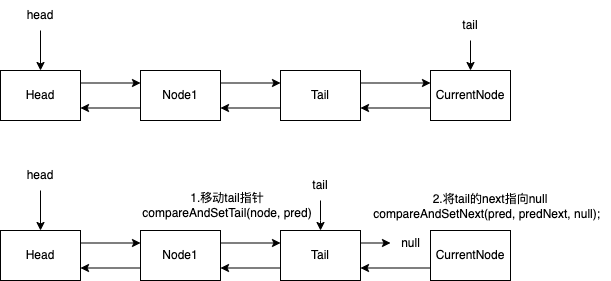
Above: ReentrantLock5.png in zhaole0606/pic (draw.io), before the change. Source tidied: cells renumbered, new cells last; positions are measured from the earlier drawing's top-left corner, leaving out a move shared by most shapes.
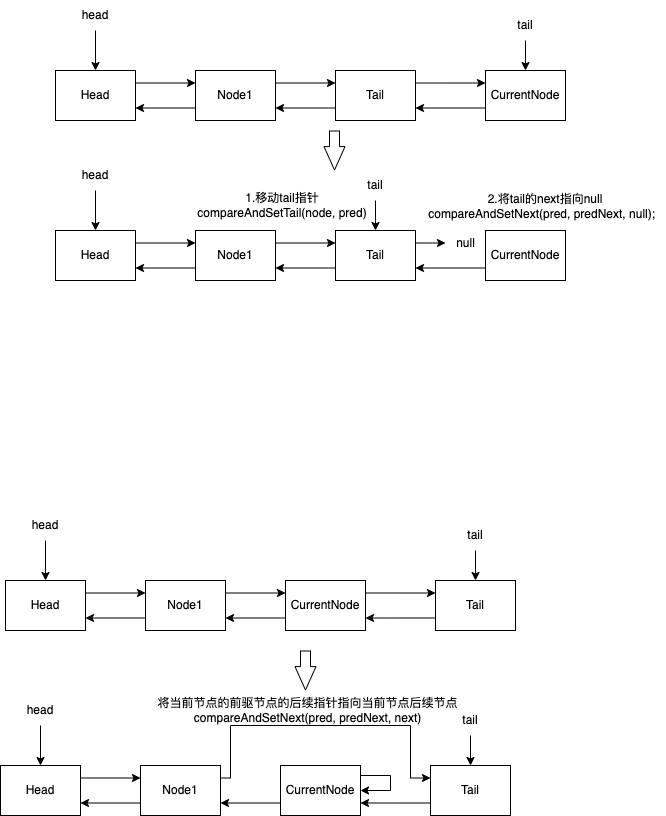
After the commit.

Change to the diagram source:
```diff
@@ -99,5 +99,117 @@
     <mxCell id="32" value="1.移动tail指针compareAndSetTail(node, pred)" style="text;html=1;strokeColor=none;fillColor=none;align=center;verticalAlign=middle;whiteSpace=wrap;rounded=0;" parent="1" vertex="1">
       <mxGeometry x="130" y="190" width="194" height="30" as="geometry" />
     </mxCell>
+    <mxCell id="33" style="edgeStyle=orthogonalEdgeStyle;rounded=0;jettySize=auto;html=1;exitX=1;exitY=0.25;exitDx=0;exitDy=0;entryX=0;entryY=0.25;entryDx=0;entryDy=0;" parent="1" edge="1" source="34" target="35">
+      <mxGeometry relative="1" as="geometry" />
+    </mxCell>
+    <mxCell id="34" value="Head" style="rounded=0;whiteSpace=wrap;html=1;" parent="1" vertex="1">
+      <mxGeometry x="-50" y="580" width="80" height="50" as="geometry" />
+    </mxCell>
+    <mxCell id="35" value="Node1" style="rounded=0;whiteSpace=wrap;html=1;" parent="1" vertex="1">
+      <mxGeometry x="90" y="580" width="80" height="50" as="geometry" />
+    </mxCell>
+    <mxCell id="36" value="CurrentNode" style="rounded=0;whiteSpace=wrap;html=1;" parent="1" vertex="1">
+      <mxGeometry x="230" y="580" width="80" height="50" as="geometry" />
+    </mxCell>
+    <mxCell id="37" value="Tail" style="rounded=0;whiteSpace=wrap;html=1;" parent="1" vertex="1">
+      <mxGeometry x="380" y="580" width="80" height="50" as="geometry" />
+    </mxCell>
+    <mxCell id="38" style="edgeStyle=orthogonalEdgeStyle;rounded=0;jettySize=auto;html=1;exitX=1;exitY=0.25;exitDx=0;exitDy=0;entryX=0;entryY=0.25;entryDx=0;entryDy=0;" parent="1" edge="1" source="35" target="36">
+      <mxGeometry relative="1" as="geometry" />
+    </mxCell>
+    <mxCell id="39" style="edgeStyle=orthogonalEdgeStyle;rounded=0;jettySize=auto;html=1;exitX=1;exitY=0.25;exitDx=0;exitDy=0;entryX=0;entryY=0.25;entryDx=0;entryDy=0;" parent="1" edge="1" source="36" target="37">
+      <mxGeometry relative="1" as="geometry" />
+    </mxCell>
+    <mxCell id="40" style="edgeStyle=orthogonalEdgeStyle;rounded=0;jettySize=auto;html=1;exitX=0;exitY=0.75;exitDx=0;exitDy=0;entryX=1;entryY=0.75;entryDx=0;entryDy=0;" parent="1" edge="1" source="37" target="36">
+      <mxGeometry relative="1" as="geometry" />
+    </mxCell>
+    <mxCell id="41" style="edgeStyle=orthogonalEdgeStyle;rounded=0;jettySize=auto;html=1;entryX=1;entryY=0.75;entryDx=0;entryDy=0;exitX=0;exitY=0.75;exitDx=0;exitDy=0;" parent="1" edge="1" source="36" target="35">
+      <mxGeometry relative="1" as="geometry" />
+    </mxCell>
+    <mxCell id="42" style="edgeStyle=orthogonalEdgeStyle;rounded=0;jettySize=auto;html=1;entryX=1;entryY=0.75;entryDx=0;entryDy=0;exitX=0;exitY=0.75;exitDx=0;exitDy=0;" parent="1" edge="1" source="35" target="34">
+      <mxGeometry relative="1" as="geometry" />
+    </mxCell>
+    <mxCell id="43" style="edgeStyle=orthogonalEdgeStyle;rounded=0;jettySize=auto;html=1;" parent="1" edge="1" source="44" target="34">
+      <mxGeometry relative="1" as="geometry" />
+    </mxCell>
+    <mxCell id="44" value="head" style="text;html=1;strokeColor=none;fillColor=none;align=center;verticalAlign=middle;whiteSpace=wrap;rounded=0;" parent="1" vertex="1">
+      <mxGeometry x="-40" y="510" width="60" height="30" as="geometry" />
+    </mxCell>
+    <mxCell id="45" style="edgeStyle=orthogonalEdgeStyle;rounded=0;jettySize=auto;html=1;" parent="1" edge="1" source="46" target="37">
+      <mxGeometry relative="1" as="geometry" />
+    </mxCell>
+    <mxCell id="46" value="tail" style="text;html=1;strokeColor=none;fillColor=none;align=center;verticalAlign=middle;whiteSpace=wrap;rounded=0;" parent="1" vertex="1">
+      <mxGeometry x="390" y="520" width="60" height="30" as="geometry" />
+    </mxCell>
+    <mxCell id="47" style="edgeStyle=orthogonalEdgeStyle;rounded=0;jettySize=auto;html=1;exitX=1;exitY=0.25;exitDx=0;exitDy=0;entryX=0;entryY=0.25;entryDx=0;entryDy=0;" parent="1" edge="1" source="48" target="49">
+      <mxGeometry relative="1" as="geometry" />
+    </mxCell>
+    <mxCell id="48" value="Head" style="rounded=0;whiteSpace=wrap;html=1;" parent="1" vertex="1">
+      <mxGeometry x="-55" y="765" width="80" height="50" as="geometry" />
+    </mxCell>
+    <mxCell id="49" value="Node1" style="rounded=0;whiteSpace=wrap;html=1;" parent="1" vertex="1">
+      <mxGeometry x="85" y="765" width="80" height="50" as="geometry" />
+    </mxCell>
+    <mxCell id="50" style="edgeStyle=orthogonalEdgeStyle;rounded=0;orthogonalLoop=1;jettySize=auto;html=1;exitX=1;exitY=0;exitDx=0;exitDy=0;entryX=1;entryY=0.5;entryDx=0;entryDy=0;" parent="1" edge="1" source="51" target="51">
+      <mxGeometry relative="1" as="geometry">
+        <Array as="points">
+          <mxPoint x="305" y="775" />
+          <mxPoint x="335" y="775" />
+          <mxPoint x="335" y="790" />
+        </Array>
+      </mxGeometry>
+    </mxCell>
+    <mxCell id="51" value="CurrentNode" style="rounded=0;whiteSpace=wrap;html=1;" parent="1" vertex="1">
+      <mxGeometry x="225" y="765" width="80" height="50" as="geometry" />
+    </mxCell>
+    <mxCell id="52" value="Tail" style="rounded=0;whiteSpace=wrap;html=1;" parent="1" vertex="1">
+      <mxGeometry x="375" y="765" width="80" height="50" as="geometry" />
+    </mxCell>
+    <mxCell id="53" style="edgeStyle=orthogonalEdgeStyle;rounded=0;jettySize=auto;html=1;exitX=1;exitY=0.25;exitDx=0;exitDy=0;entryX=0;entryY=0.25;entryDx=0;entryDy=0;" parent="1" edge="1" source="49" target="52">
+      <mxGeometry relative="1" as="geometry">
+        <Array as="points">
+          <mxPoint x="175" y="778" />
+          <mxPoint x="175" y="725" />
+          <mxPoint x="355" y="725" />
+          <mxPoint x="355" y="778" />
+        </Array>
+      </mxGeometry>
+    </mxCell>
+    <mxCell id="54" style="edgeStyle=orthogonalEdgeStyle;rounded=0;jettySize=auto;html=1;exitX=0;exitY=0.75;exitDx=0;exitDy=0;entryX=1;entryY=0.75;entryDx=0;entryDy=0;" parent="1" edge="1" source="52" target="51">
+      <mxGeometry relative="1" as="geometry" />
+    </mxCell>
+    <mxCell id="55" style="edgeStyle=orthogonalEdgeStyle;rounded=0;jettySize=auto;html=1;entryX=1;entryY=0.75;entryDx=0;entryDy=0;exitX=0;exitY=0.75;exitDx=0;exitDy=0;" parent="1" edge="1" source="51" target="49">
+      <mxGeometry relative="1" as="geometry" />
+    </mxCell>
+    <mxCell id="56" style="edgeStyle=orthogonalEdgeStyle;rounded=0;jettySize=auto;html=1;entryX=1;entryY=0.75;entryDx=0;entryDy=0;exitX=0;exitY=0.75;exitDx=0;exitDy=0;" parent="1" edge="1" source="49" target="48">
+      <mxGeometry relative="1" as="geometry" />
+    </mxCell>
+    <mxCell id="57" style="edgeStyle=orthogonalEdgeStyle;rounded=0;jettySize=auto;html=1;" parent="1" edge="1" source="58" target="48">
+      <mxGeometry relative="1" as="geometry" />
+    </mxCell>
+    <mxCell id="58" value="head" style="text;html=1;strokeColor=none;fillColor=none;align=center;verticalAlign=middle;whiteSpace=wrap;rounded=0;" parent="1" vertex="1">
+      <mxGeometry x="-45" y="695" width="60" height="30" as="geometry" />
+    </mxCell>
+    <mxCell id="59" style="edgeStyle=orthogonalEdgeStyle;rounded=0;jettySize=auto;html=1;" parent="1" edge="1" source="60" target="52">
+      <mxGeometry relative="1" as="geometry" />
+    </mxCell>
+    <mxCell id="60" value="tail" style="text;html=1;strokeColor=none;fillColor=none;align=center;verticalAlign=middle;whiteSpace=wrap;rounded=0;" parent="1" vertex="1">
+      <mxGeometry x="385" y="705" width="60" height="30" as="geometry" />
+    </mxCell>
+    <mxCell id="61" value="将当前节点的前驱节点的后续指针指向当前节点后续节点&lt;br&gt;compareAndSetNext(pred, predNext, next)" style="text;html=1;strokeColor=none;fillColor=none;align=center;verticalAlign=middle;whiteSpace=wrap;rounded=0;" parent="1" vertex="1">
+      <mxGeometry x="95" y="695" width="315" height="30" as="geometry" />
+    </mxCell>
+    <mxCell id="62" style="shape=flexArrow;endArrow=classic;html=1;rounded=0;endWidth=10;endSize=7.47;" parent="1" edge="1">
+      <mxGeometry relative="1" as="geometry">
+        <mxPoint x="250" y="650" as="sourcePoint" />
+        <mxPoint x="250" y="690" as="targetPoint" />
+      </mxGeometry>
+    </mxCell>
+    <mxCell id="63" style="shape=flexArrow;endArrow=classic;html=1;rounded=0;endWidth=10;endSize=7.47;" parent="1" edge="1">
+      <mxGeometry relative="1" as="geometry">
+        <mxPoint x="279" y="130" as="sourcePoint" />
+        <mxPoint x="279" y="170" as="targetPoint" />
+      </mxGeometry>
+    </mxCell>
   </root>
 </mxGraphModel>
```
